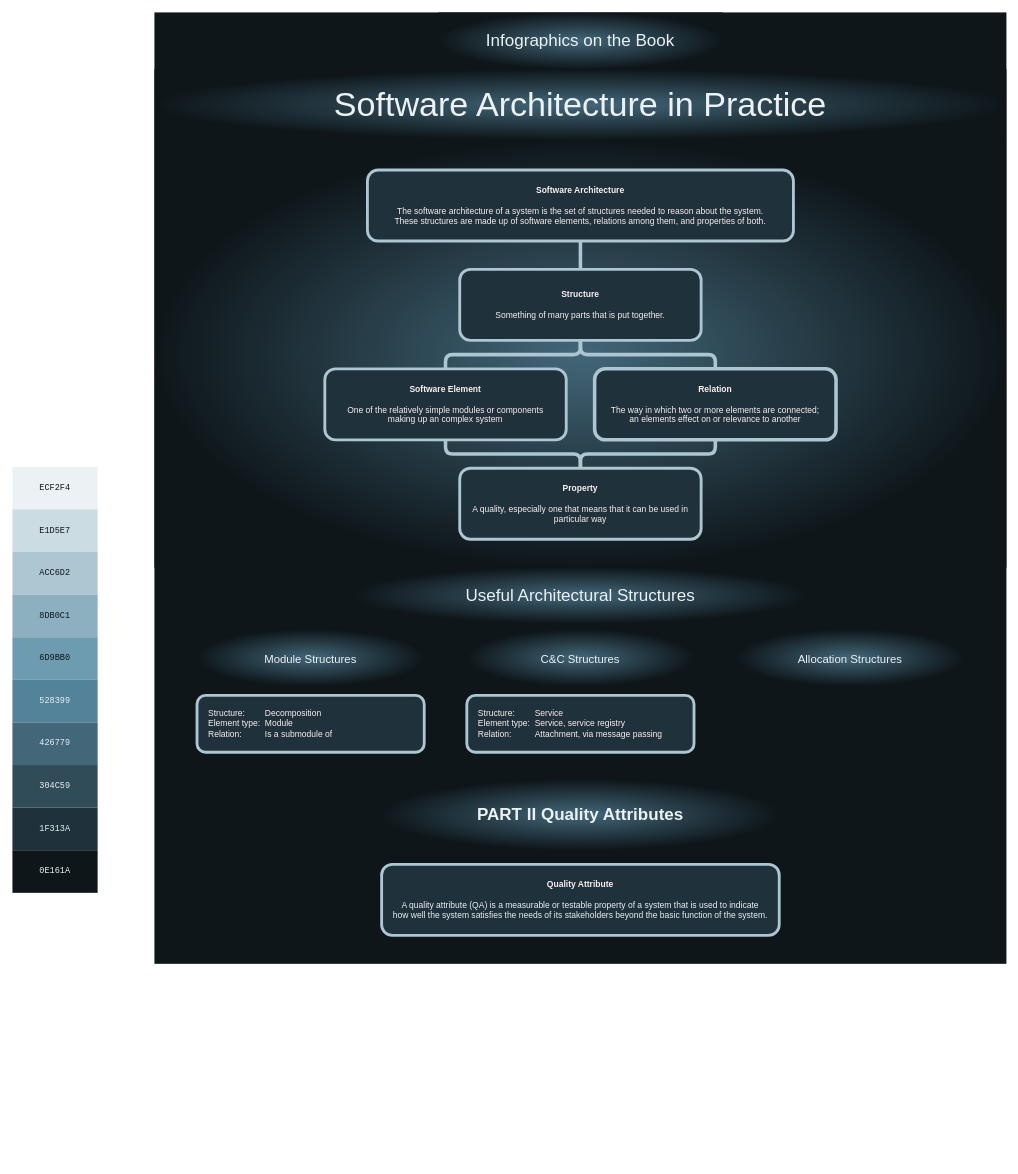
Before: page "Page-1" (1 of 2) of infographics-software-architecture-in-practise-4th-ed.drawio in HenrikSamuelsson/reading-sw-architecture-in-practice-4th, a draw.io diagram. Source tidied: cells renumbered, new cells numbered last; positions are measured from the earlier drawing's top-left corner, leaving out a move shared by most shapes. Both pictures are drawn from the tidied source at 71%, with x=0, y=0 at pixel (12, 12).
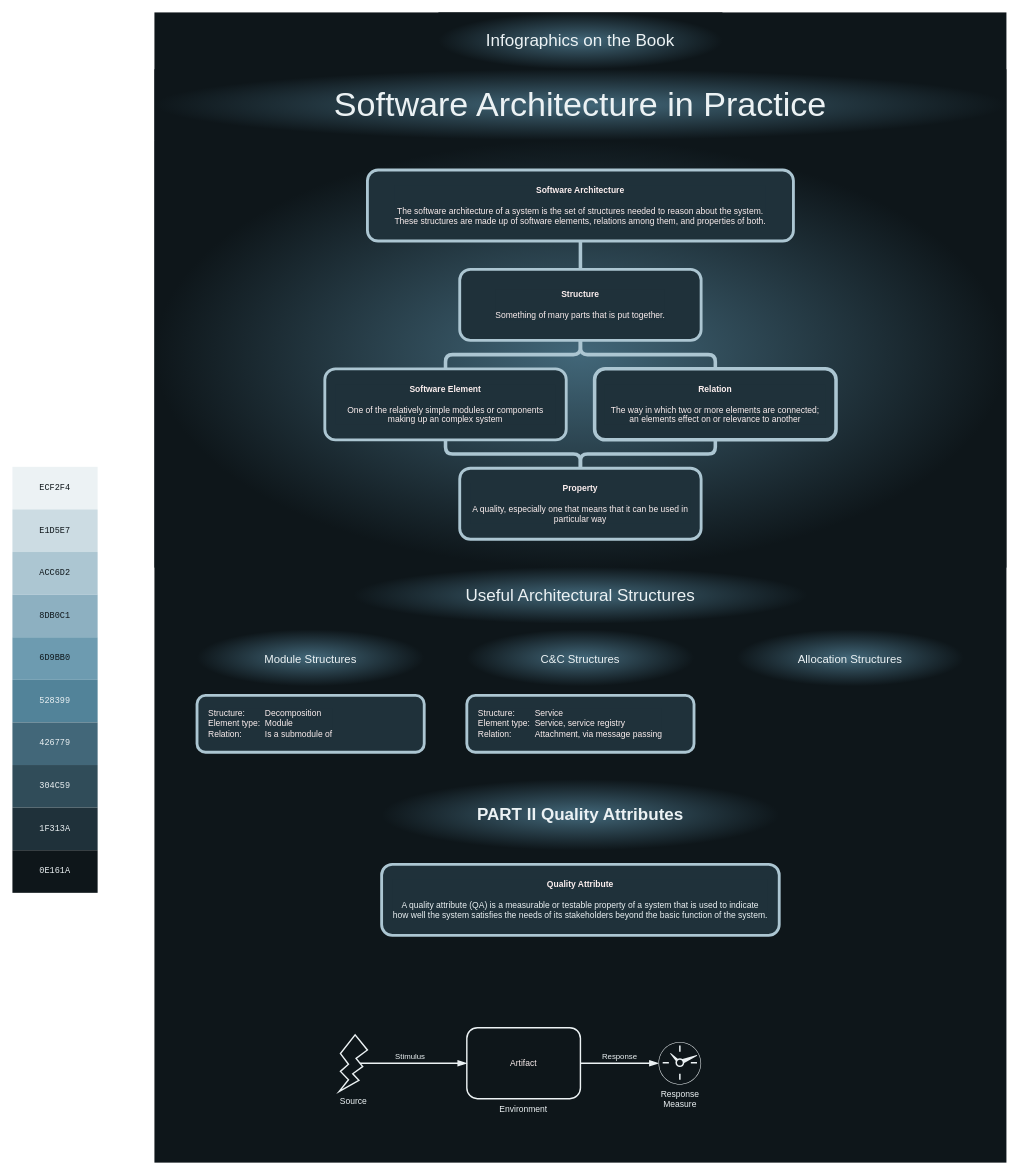
The same page after the edit.

Commit message:
Add parts of quality attribute scenario.

Change to the diagram source:
```diff
@@
     <mxCell id="2" style="rounded=0;whiteSpace=wrap;html=1;fontSize=24;fillColor=#0e161a;strokeColor=none;gradientColor=none;gradientDirection=radial;" parent="1" vertex="1">
-      <mxGeometry x="200" width="1200" height="1340" as="geometry" />
+      <mxGeometry x="200" width="1200" height="1620" as="geometry" />
     </mxCell>
@@
+    <mxCell id="38" value="Response" style="edgeStyle=orthogonalEdgeStyle;rounded=0;jettySize=auto;html=1;exitX=1;exitY=0.5;exitDx=0;exitDy=0;entryX=0;entryY=0.5;entryDx=0;entryDy=0;entryPerimeter=0;strokeColor=#ecf2f4;strokeWidth=2;fontColor=#ECF2F4;endArrow=blockThin;endFill=1;startSize=8;endSize=8;labelBackgroundColor=none;verticalAlign=bottom;" parent="17" edge="1" source="39" target="42">
+      <mxGeometry relative="1" as="geometry" />
+    </mxCell>
+    <mxCell id="39" value="&lt;font color=&quot;#fcefef&quot;&gt;Artifact&lt;/font&gt;&lt;font color=&quot;#fcefef&quot;&gt;&lt;br&gt;&lt;/font&gt;" style="rounded=1;whiteSpace=wrap;html=1;labelBackgroundColor=none;fontColor=#ecf2f4;fillColor=#0e161a;strokeColor=#ecf2f4;strokeWidth=2;spacing=17;" parent="17" vertex="1">
+      <mxGeometry x="640" y="1430" width="160" height="100" as="geometry" />
+    </mxCell>
+    <mxCell id="40" value="Stimulus" style="edgeStyle=orthogonalEdgeStyle;rounded=0;jettySize=auto;html=1;exitX=0.5;exitY=0.5;exitDx=0;exitDy=0;entryX=0;entryY=0.5;entryDx=0;entryDy=0;strokeWidth=2;strokeColor=#ecf2f4;endArrow=blockThin;endFill=1;endSize=8;startSize=8;exitPerimeter=0;labelBackgroundColor=none;fontColor=#ECF2F4;verticalAlign=bottom;" parent="17" edge="1" source="41" target="39">
+      <mxGeometry relative="1" as="geometry" />
+    </mxCell>
+    <mxCell id="41" value="&lt;font color=&quot;#ecf2f4&quot;&gt;Source&lt;/font&gt;" style="verticalLabelPosition=bottom;verticalAlign=top;html=1;shape=mxgraph.basic.flash;strokeColor=#ecf2f4;strokeWidth=2;fillColor=#0e161a;rotation=0;" parent="17" vertex="1">
+      <mxGeometry x="460" y="1440" width="40" height="80" as="geometry" />
+    </mxCell>
+    <mxCell id="42" value="Response&lt;br&gt;Measure" style="sketch=0;points=[[0.5,0,0],[1,0.5,0],[0.5,1,0],[0,0.5,0],[0.145,0.145,0],[0.8555,0.145,0],[0.855,0.8555,0],[0.145,0.855,0]];verticalLabelPosition=bottom;html=1;verticalAlign=top;align=center;shape=mxgraph.cisco19.rect;prIcon=clock;fillColor=#0e161a;strokeColor=#ecf2f4;labelBackgroundColor=none;strokeWidth=2;fontColor=#ECF2F4;perimeterSpacing=0;" parent="17" vertex="1">
+      <mxGeometry x="910" y="1450" width="60" height="60" as="geometry" />
+    </mxCell>
+    <mxCell id="43" value="Environment" style="text;html=1;strokeColor=none;fillColor=none;align=center;verticalAlign=middle;whiteSpace=wrap;rounded=0;labelBackgroundColor=none;strokeWidth=2;fontColor=#ECF2F4;" parent="17" vertex="1">
+      <mxGeometry x="690" y="1530" width="60" height="30" as="geometry" />
+    </mxCell>
```
